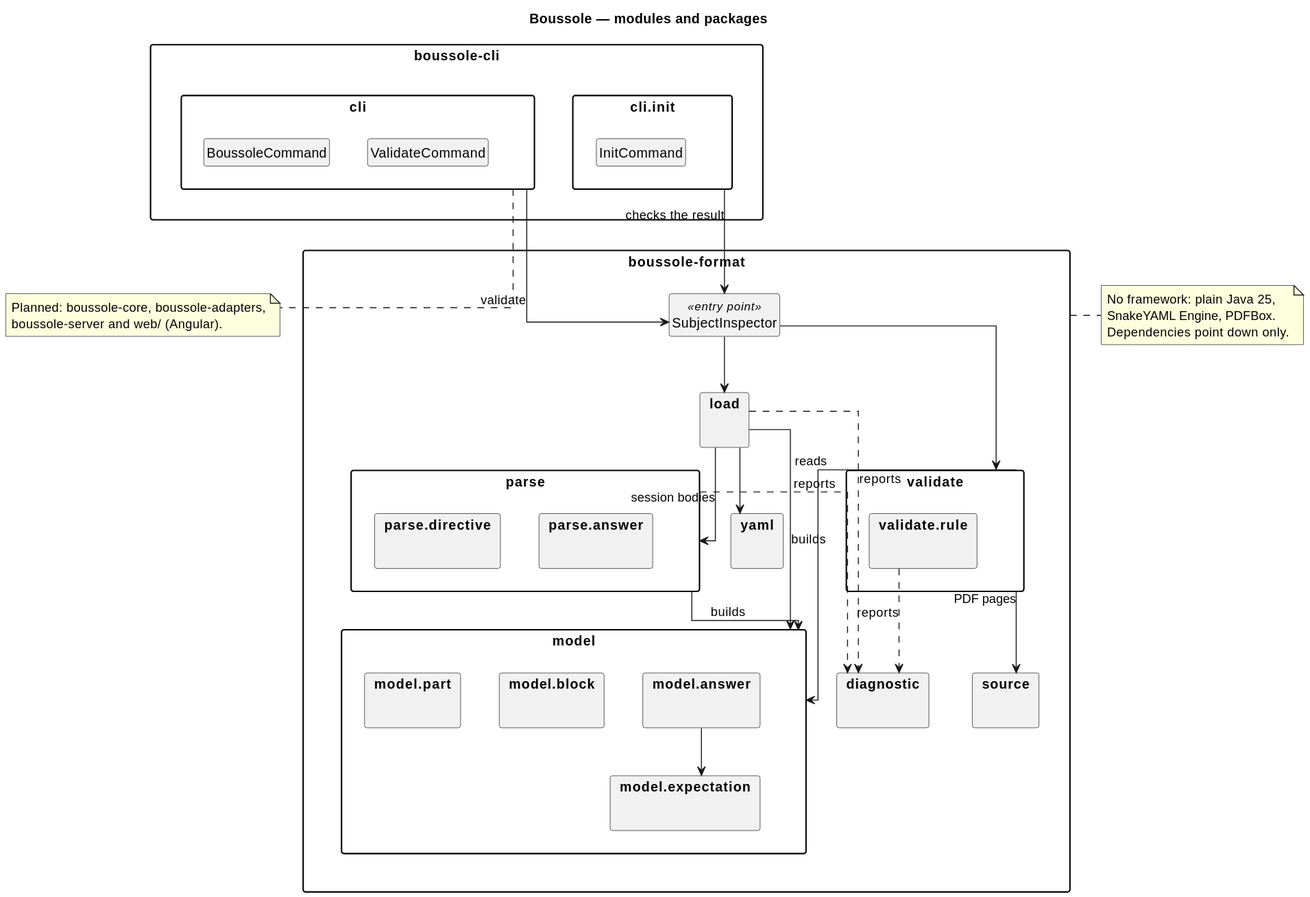
lucasssoh/Boussole keeps this PlantUML diagram as docs/diagrams/00-overview.svg. Above is the earlier version.
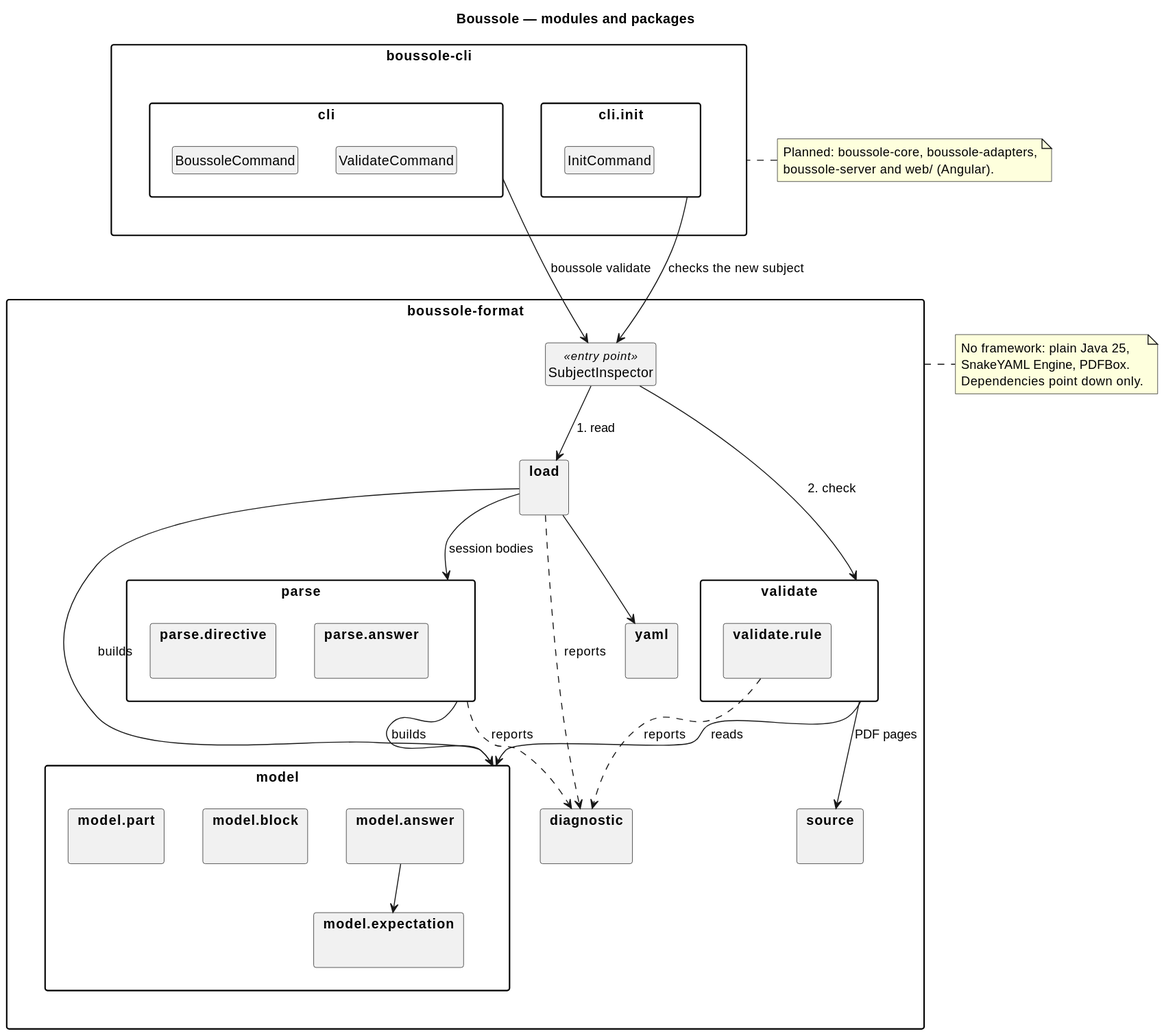
After the commit.

What changed in the source:
```diff
@@ -1,7 +1,6 @@
 @startuml
 skinparam packageStyle rectangle
 skinparam classAttributeIconSize 0
-skinparam linetype ortho
 skinparam nodesep 40
 skinparam ranksep 50
 hide empty members
@@ -50,10 +49,10 @@
   }
 }
 
-clipkg --> SubjectInspector : validate
-initpkg --> SubjectInspector : checks the result
-SubjectInspector --> load
-SubjectInspector --> validate
+clipkg --> SubjectInspector : boussole validate
+initpkg --> SubjectInspector : checks the new subject
+SubjectInspector --> load : 1. read
+SubjectInspector --> validate : 2. check
 load --> parse : session bodies
 load --> yaml
 parse --> model : builds
@@ -71,7 +70,7 @@
   Dependencies point down only.
 end note
 
-note bottom of clipkg
+note left of cli
   Planned: boussole-core, boussole-adapters,
   boussole-server and web/ (Angular).
 end note
```
